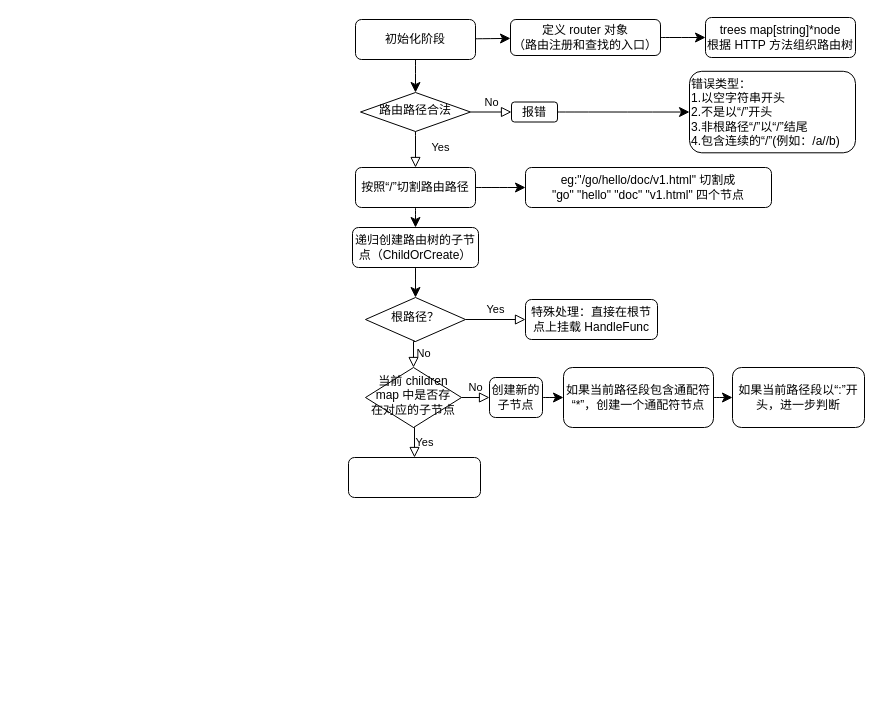
JoceHYJ/tomatoPaper keeps this draw.io diagram as 未命名绘图.drawio. Above is the earlier version. Source tidied: cells renumbered, new cells numbered last; positions are measured from the earlier drawing's top-left corner, leaving out a move shared by most shapes. Both pictures are drawn from the tidied source at 100%, with x=0, y=0 at pixel (348, 17).
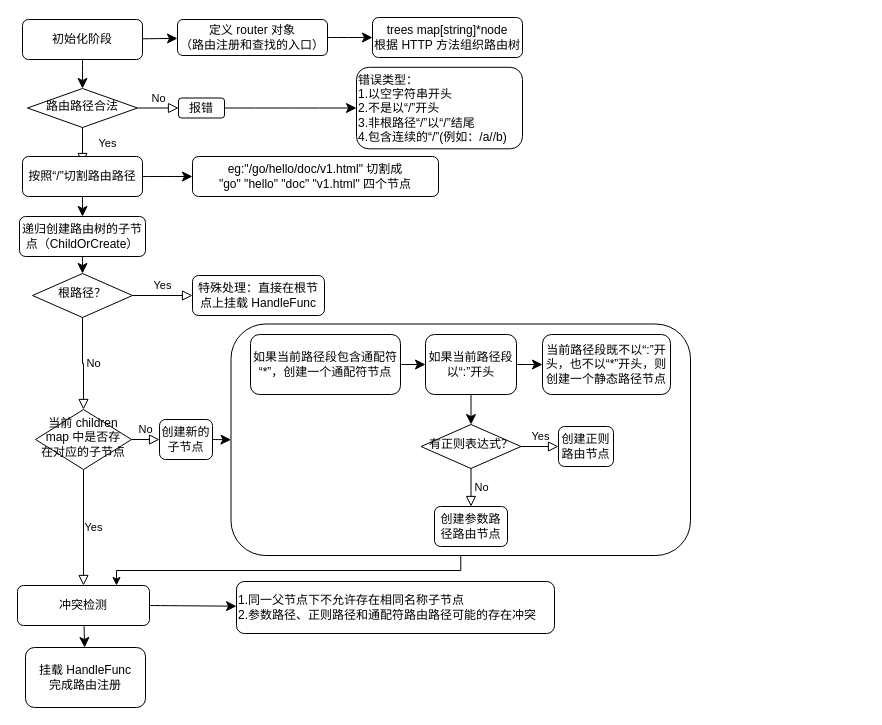
The same page after the edit.

The edit, as a diff of the source:
```diff
@@
+    <mxCell id="33" style="rounded=1;whiteSpace=wrap;html=1;" parent="1" vertex="1">
+      <mxGeometry x="-117.5" y="306.5" width="459.5" height="231.5" as="geometry" />
+    </mxCell>
@@
     <mxCell id="4" value="初始化阶段" style="rounded=1;whiteSpace=wrap;html=1;fontSize=12;glass=0;strokeWidth=1;shadow=0;" parent="1" vertex="1">
-      <mxGeometry x="7" y="2" width="120" height="40" as="geometry" />
+      <mxGeometry x="-326" y="2" width="120" height="40" as="geometry" />
     </mxCell>
     <mxCell id="5" value="Yes" style="rounded=0;html=1;jettySize=auto;orthogonalLoop=1;fontSize=11;endArrow=block;endFill=0;endSize=8;strokeWidth=1;shadow=0;labelBackgroundColor=none;edgeStyle=orthogonalEdgeStyle;" parent="1" edge="1">
       <mxGeometry x="0.4" y="26" relative="1" as="geometry">
-        <mxPoint x="66.5" y="84.5" as="sourcePoint" />
-        <mxPoint x="67" y="150" as="targetPoint" />
+        <mxPoint x="-266.5" y="80.5" as="sourcePoint" />
+        <mxPoint x="-266" y="146" as="targetPoint" />
         <mxPoint x="-1" as="offset" />
       </mxGeometry>
     </mxCell>
@@
     <mxCell id="7" value="路由路径合法" style="rhombus;whiteSpace=wrap;html=1;shadow=0;fontFamily=Helvetica;fontSize=12;align=center;strokeWidth=1;spacing=6;spacingTop=-4;" parent="1" vertex="1">
-      <mxGeometry x="12" y="75" width="110" height="39" as="geometry" />
+      <mxGeometry x="-321" y="71" width="110" height="39" as="geometry" />
     </mxCell>
@@
     <mxCell id="9" value="报错" style="rounded=1;whiteSpace=wrap;html=1;fontSize=12;glass=0;strokeWidth=1;shadow=0;" parent="1" vertex="1">
-      <mxGeometry x="163" y="84.5" width="46" height="20" as="geometry" />
+      <mxGeometry x="-170" y="80.5" width="46" height="20" as="geometry" />
     </mxCell>
@@
     <mxCell id="11" value="根路径？" style="rhombus;whiteSpace=wrap;html=1;shadow=0;fontFamily=Helvetica;fontSize=12;align=center;strokeWidth=1;spacing=6;spacingTop=-4;" parent="1" vertex="1">
-      <mxGeometry x="17" y="280" width="100" height="44" as="geometry" />
+      <mxGeometry x="-316" y="256" width="100" height="44" as="geometry" />
     </mxCell>
     <mxCell id="12" value="特殊处理：直接在根节点上挂载 HandleFunc&lt;span class=&quot;eusoft-eudic-chrome-extension-translate-content&quot;&gt;&lt;/span&gt;" style="rounded=1;whiteSpace=wrap;html=1;fontSize=12;glass=0;strokeWidth=1;shadow=0;" parent="1" vertex="1">
-      <mxGeometry x="177" y="282" width="132" height="40" as="geometry" />
+      <mxGeometry x="-156" y="258" width="132" height="40" as="geometry" />
     </mxCell>
@@
     <mxCell id="14" value="定义 router 对象&lt;div&gt;（路由注册和查找的入口）&lt;/div&gt;" style="rounded=1;whiteSpace=wrap;html=1;fontSize=12;glass=0;strokeWidth=1;shadow=0;" parent="1" vertex="1">
-      <mxGeometry x="162" y="2" width="150" height="36" as="geometry" />
+      <mxGeometry x="-171" y="2" width="150" height="36" as="geometry" />
     </mxCell>
     <mxCell id="15" value="&lt;div&gt;&lt;span style=&quot;white-space: normal;&quot;&gt;trees map[string]*node&lt;/span&gt;&lt;/div&gt;&lt;div&gt;根据 HTTP 方法组织路由树&lt;/div&gt;" style="whiteSpace=wrap;html=1;rounded=1;glass=0;strokeWidth=1;shadow=0;" parent="1" vertex="1">
-      <mxGeometry x="357" width="150" height="40" as="geometry" />
+      <mxGeometry x="24" width="150" height="40" as="geometry" />
     </mxCell>
     <mxCell id="16" value="错误类型：&lt;div&gt;1.以空字符串开头&lt;/div&gt;&lt;div&gt;2.不是以“/”开头&lt;span class=&quot;eusoft-eudic-chrome-extension-translate-content&quot;&gt;&lt;/span&gt;&lt;/div&gt;&lt;div&gt;3.非根路径“/”以“/”结尾&lt;span class=&quot;eusoft-eudic-chrome-extension-translate-content&quot;&gt;&lt;/span&gt;&lt;/div&gt;&lt;div&gt;4.包含连续的“/”(例如：/a//b)&lt;/div&gt;" style="whiteSpace=wrap;html=1;rounded=1;glass=0;strokeWidth=1;shadow=0;align=left;" parent="1" vertex="1">
-      <mxGeometry x="341" y="53.8" width="166" height="81.5" as="geometry" />
+      <mxGeometry x="8" y="49.8" width="166" height="81.5" as="geometry" />
     </mxCell>
@@
     <mxCell id="19" value="按照“/”切割路由路径" style="rounded=1;whiteSpace=wrap;html=1;fontSize=12;glass=0;strokeWidth=1;shadow=0;" parent="1" vertex="1">
-      <mxGeometry x="7" y="150" width="120" height="40" as="geometry" />
+      <mxGeometry x="-326" y="139" width="120" height="40" as="geometry" />
     </mxCell>
     <mxCell id="20" value="eg:&quot;/go/hello/doc/v1.html&quot; 切割成&lt;div&gt;&quot;go&quot; &quot;hello&quot; &quot;doc&quot; &quot;v1.html&quot; 四个节点&lt;/div&gt;" style="whiteSpace=wrap;html=1;rounded=1;glass=0;strokeWidth=1;shadow=0;" parent="1" vertex="1">
-      <mxGeometry x="177" y="150" width="246" height="40" as="geometry" />
+      <mxGeometry x="-156" y="139" width="246" height="40" as="geometry" />
     </mxCell>
@@
     <mxCell id="22" value="递归创建路由树的子节点（ChildOrCreate）" style="whiteSpace=wrap;html=1;rounded=1;glass=0;strokeWidth=1;shadow=0;" parent="1" vertex="1">
-      <mxGeometry x="4" y="210" width="126" height="40" as="geometry" />
+      <mxGeometry x="-329" y="199" width="126" height="40" as="geometry" />
     </mxCell>
     <mxCell id="23" value="当前 children map 中是否存在对应的子节点" style="rhombus;whiteSpace=wrap;html=1;shadow=0;fontFamily=Helvetica;fontSize=12;align=center;strokeWidth=1;spacing=6;spacingTop=-4;" parent="1" vertex="1">
-      <mxGeometry x="17" y="350" width="96" height="60" as="geometry" />
+      <mxGeometry x="-313" y="392" width="96" height="60" as="geometry" />
     </mxCell>
-    <mxCell id="24" value="No" style="edgeStyle=orthogonalEdgeStyle;rounded=0;html=1;jettySize=auto;fontSize=11;endArrow=block;endFill=0;endSize=8;strokeWidth=1;shadow=0;labelBackgroundColor=none;exitX=0.5;exitY=1;exitDx=0;exitDy=0;entryX=0.5;entryY=0;entryDx=0;entryDy=0;" parent="1" edge="1" source="11" target="23">
-      <mxGeometry y="10" relative="1" as="geometry" />
-    </mxCell>
@@
+    <mxCell id="34" style="edgeStyle=none;curved=1;rounded=0;jettySize=auto;html=1;fontSize=12;startSize=8;endSize=8;exitX=1;exitY=0.5;exitDx=0;exitDy=0;" parent="1" edge="1" source="26" target="45">
+      <mxGeometry relative="1" as="geometry" />
+    </mxCell>
+    <mxCell id="35" style="edgeStyle=none;curved=1;rounded=0;jettySize=auto;html=1;fontSize=12;startSize=8;endSize=8;" parent="1" edge="1" source="26" target="46">
+      <mxGeometry relative="1" as="geometry" />
+    </mxCell>
-    <mxCell id="26" value="&lt;br&gt;&lt;span class=&quot;eusoft-eudic-chrome-extension-translate-content&quot;&gt;&lt;/span&gt;" style="rounded=1;whiteSpace=wrap;html=1;fontSize=12;glass=0;strokeWidth=1;shadow=0;" parent="1" vertex="1">
-      <mxGeometry y="440" width="132" height="40" as="geometry" />
+    <mxCell id="26" value="冲突检测&lt;span class=&quot;eusoft-eudic-chrome-extension-translate-content&quot;&gt;&lt;/span&gt;" style="rounded=1;whiteSpace=wrap;html=1;fontSize=12;glass=0;strokeWidth=1;shadow=0;" parent="1" vertex="1">
+      <mxGeometry x="-331" y="568" width="132" height="40" as="geometry" />
     </mxCell>
-    <mxCell id="27" style="edgeStyle=none;curved=1;rounded=0;jettySize=auto;html=1;fontSize=12;startSize=8;endSize=8;" parent="1" edge="1" source="28" target="31">
+    <mxCell id="27" style="edgeStyle=none;curved=1;rounded=0;jettySize=auto;html=1;fontSize=12;startSize=8;endSize=8;entryX=0;entryY=0.5;entryDx=0;entryDy=0;exitX=1;exitY=0.5;exitDx=0;exitDy=0;" parent="1" edge="1" source="28" target="33">
       <mxGeometry relative="1" as="geometry" />
     </mxCell>
     <mxCell id="28" value="创建新的子节点&lt;span class=&quot;eusoft-eudic-chrome-extension-translate-content&quot;&gt;&lt;/span&gt;" style="rounded=1;whiteSpace=wrap;html=1;fontSize=12;glass=0;strokeWidth=1;shadow=0;" parent="1" vertex="1">
-      <mxGeometry x="141" y="360" width="53" height="40" as="geometry" />
+      <mxGeometry x="-189" y="402" width="53" height="40" as="geometry" />
     </mxCell>
@@
-    <mxCell id="30" style="edgeStyle=none;curved=1;rounded=0;jettySize=auto;html=1;fontSize=12;startSize=8;endSize=8;" parent="1" edge="1" source="31" target="32">
+    <mxCell id="30" style="edgeStyle=none;curved=1;rounded=0;jettySize=auto;html=1;fontSize=12;startSize=8;endSize=8;exitX=1;exitY=0.5;exitDx=0;exitDy=0;" parent="1" edge="1" source="31" target="32">
       <mxGeometry relative="1" as="geometry" />
     </mxCell>
     <mxCell id="31" value="如果当前路径段包含通配符“*”，创建一个通配符节点" style="whiteSpace=wrap;html=1;rounded=1;glass=0;strokeWidth=1;shadow=0;" parent="1" vertex="1">
-      <mxGeometry x="215" y="350" width="150" height="60" as="geometry" />
+      <mxGeometry x="-98" y="317" width="150" height="60" as="geometry" />
     </mxCell>
+    <mxCell id="36" style="edgeStyle=none;curved=1;rounded=0;jettySize=auto;html=1;entryX=0.5;entryY=0;entryDx=0;entryDy=0;fontSize=12;startSize=8;endSize=8;" parent="1" edge="1" source="32" target="38">
+      <mxGeometry relative="1" as="geometry" />
+    </mxCell>
+    <mxCell id="37" style="edgeStyle=none;curved=1;rounded=0;jettySize=auto;html=1;exitX=1;exitY=0.5;exitDx=0;exitDy=0;entryX=0;entryY=0.5;entryDx=0;entryDy=0;fontSize=12;startSize=8;endSize=8;" parent="1" edge="1" source="32" target="42">
+      <mxGeometry relative="1" as="geometry" />
+    </mxCell>
-    <mxCell id="32" value="如果当前路径段以“:”开头，进一步判断" style="whiteSpace=wrap;html=1;rounded=1;glass=0;strokeWidth=1;shadow=0;" parent="1" vertex="1">
-      <mxGeometry x="384" y="350" width="132" height="60" as="geometry" />
+    <mxCell id="32" value="如果当前路径段以“:”开头" style="whiteSpace=wrap;html=1;rounded=1;glass=0;strokeWidth=1;shadow=0;" parent="1" vertex="1">
+      <mxGeometry x="77" y="317" width="91" height="60" as="geometry" />
     </mxCell>
+    <mxCell id="38" value="有正则表达式？" style="rhombus;whiteSpace=wrap;html=1;shadow=0;fontFamily=Helvetica;fontSize=12;align=center;strokeWidth=1;spacing=6;spacingTop=-4;" parent="1" vertex="1">
+      <mxGeometry x="72.5" y="407" width="100" height="44" as="geometry" />
+    </mxCell>
+    <mxCell id="39" value="Yes" style="edgeStyle=orthogonalEdgeStyle;rounded=0;html=1;jettySize=auto;fontSize=11;endArrow=block;endFill=0;endSize=8;strokeWidth=1;shadow=0;labelBackgroundColor=none;exitX=1;exitY=0.5;exitDx=0;exitDy=0;entryX=0;entryY=0.5;entryDx=0;entryDy=0;" parent="1" edge="1" source="38" target="40">
+      <mxGeometry y="10" relative="1" as="geometry" />
+    </mxCell>
+    <mxCell id="40" value="创建正则路由节点&lt;span class=&quot;eusoft-eudic-chrome-extension-translate-content&quot;&gt;&lt;/span&gt;" style="rounded=1;whiteSpace=wrap;html=1;fontSize=12;glass=0;strokeWidth=1;shadow=0;" parent="1" vertex="1">
+      <mxGeometry x="210" y="409" width="55" height="40" as="geometry" />
+    </mxCell>
+    <mxCell id="24" value="No" style="edgeStyle=orthogonalEdgeStyle;rounded=0;html=1;jettySize=auto;fontSize=11;endArrow=block;endFill=0;endSize=8;strokeWidth=1;shadow=0;labelBackgroundColor=none;exitX=0.5;exitY=1;exitDx=0;exitDy=0;entryX=0.5;entryY=0;entryDx=0;entryDy=0;" parent="1" edge="1" source="38" target="41">
+      <mxGeometry y="10" relative="1" as="geometry">
+        <Array as="points">
+          <mxPoint x="123" y="473" />
+          <mxPoint x="123" y="473" />
+        </Array>
+      </mxGeometry>
+    </mxCell>
+    <mxCell id="41" value="创建参数路径路由节点&lt;span class=&quot;eusoft-eudic-chrome-extension-translate-content&quot;&gt;&lt;/span&gt;" style="rounded=1;whiteSpace=wrap;html=1;fontSize=12;glass=0;strokeWidth=1;shadow=0;" parent="1" vertex="1">
+      <mxGeometry x="86" y="489" width="73" height="40" as="geometry" />
+    </mxCell>
+    <mxCell id="42" value="当前路径段既不以“:”开头，也不以“*”开头，则创建一个静态路径节点" style="whiteSpace=wrap;html=1;rounded=1;glass=0;strokeWidth=1;shadow=0;" parent="1" vertex="1">
+      <mxGeometry x="194" y="317" width="128" height="60" as="geometry" />
+    </mxCell>
+    <mxCell id="43" value="No" style="edgeStyle=orthogonalEdgeStyle;rounded=0;html=1;jettySize=auto;fontSize=11;endArrow=block;endFill=0;endSize=8;strokeWidth=1;shadow=0;labelBackgroundColor=none;exitX=0.5;exitY=1;exitDx=0;exitDy=0;" parent="1" edge="1" source="11" target="23">
+      <mxGeometry y="10" relative="1" as="geometry" />
+    </mxCell>
+    <mxCell id="44" style="edgeStyle=orthogonalEdgeStyle;endArrow=classic;html=1;rounded=0;fontSize=12;entryX=0.75;entryY=0;entryDx=0;entryDy=0;exitX=0.5;exitY=1;exitDx=0;exitDy=0;" parent="1" edge="1" source="33" target="26">
+      <mxGeometry relative="1" as="geometry" />
+    </mxCell>
+    <mxCell id="45" value="1.同一父节点下不允许存在相同名称子节点&lt;div&gt;2.参数路径、正则路径和通配符路由路径可能的存在冲突&lt;/div&gt;" style="whiteSpace=wrap;html=1;rounded=1;glass=0;strokeWidth=1;shadow=0;align=left;" parent="1" vertex="1">
+      <mxGeometry x="-112" y="564" width="318" height="52" as="geometry" />
+    </mxCell>
+    <mxCell id="46" value="挂载 HandleFunc&lt;div&gt;完成路由注册&lt;/div&gt;" style="whiteSpace=wrap;html=1;rounded=1;glass=0;strokeWidth=1;shadow=0;" parent="1" vertex="1">
+      <mxGeometry x="-323" y="630" width="120" height="60" as="geometry" />
+    </mxCell>
```
